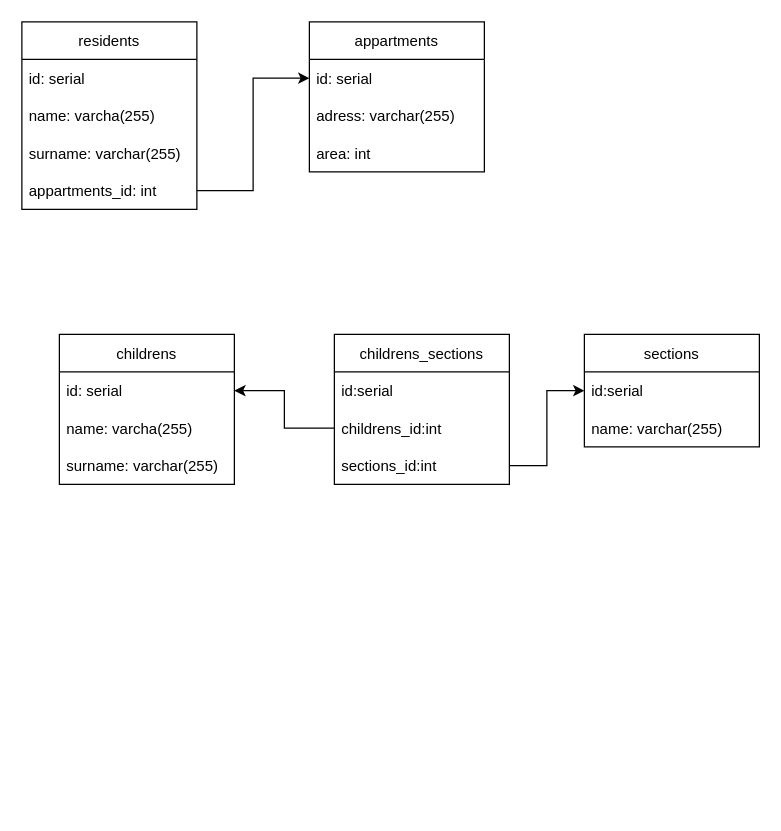
Above: SQL_ref.drawio in Darklight1985/job4j_design (draw.io), before the change. Source tidied: cells renumbered, new cells numbered last; positions are measured from the earlier drawing's top-left corner, leaving out a move shared by most shapes. Both pictures are drawn from the tidied source at 125%, with x=0, y=0 at pixel (21, 21).
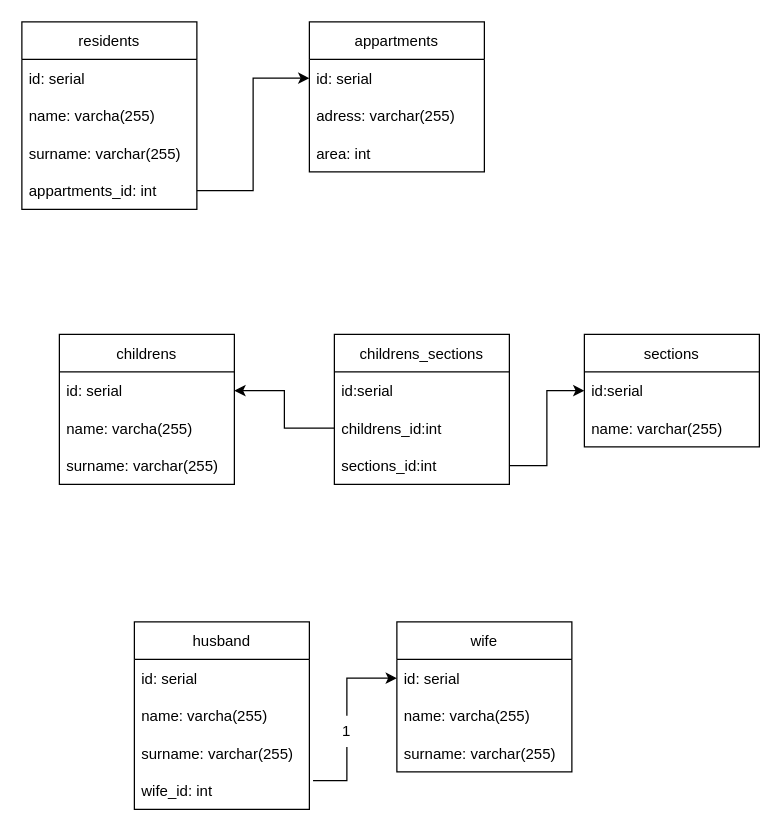
The same page after the edit.

Change to the diagram source:
```diff
@@
+    <mxCell id="25" value="wife" style="swimlane;fontStyle=0;horizontal=1;startSize=30;" parent="1" vertex="1">
+      <mxGeometry x="300" y="480" width="140" height="120" as="geometry" />
+    </mxCell>
+    <mxCell id="26" value="id: serial" style="text;strokeColor=none;fillColor=none;align=left;verticalAlign=middle;spacingLeft=4;spacingRight=4;overflow=hidden;points=[[0,0.5],[1,0.5]];portConstraint=eastwest;" parent="25" vertex="1">
+      <mxGeometry y="30" width="140" height="30" as="geometry" />
+    </mxCell>
+    <mxCell id="27" value="name: varcha(255)" style="text;strokeColor=none;fillColor=none;align=left;verticalAlign=middle;spacingLeft=4;spacingRight=4;overflow=hidden;" parent="25" vertex="1">
+      <mxGeometry y="60" width="140" height="30" as="geometry" />
+    </mxCell>
+    <mxCell id="28" value="surname: varchar(255)" style="text;strokeColor=none;fillColor=none;align=left;verticalAlign=middle;spacingLeft=4;spacingRight=4;overflow=hidden;" parent="25" vertex="1">
+      <mxGeometry y="90" width="140" height="30" as="geometry" />
+    </mxCell>
+    <mxCell id="29" value="husband" style="swimlane;fontStyle=0;horizontal=1;startSize=30;" parent="1" vertex="1">
+      <mxGeometry x="90" y="480" width="140" height="150" as="geometry" />
+    </mxCell>
+    <mxCell id="30" value="id: serial" style="text;strokeColor=none;fillColor=none;align=left;verticalAlign=middle;spacingLeft=4;spacingRight=4;overflow=hidden;" parent="29" vertex="1">
+      <mxGeometry y="30" width="140" height="30" as="geometry" />
+    </mxCell>
+    <mxCell id="31" value="name: varcha(255)" style="text;strokeColor=none;fillColor=none;align=left;verticalAlign=middle;spacingLeft=4;spacingRight=4;overflow=hidden;" parent="29" vertex="1">
+      <mxGeometry y="60" width="140" height="30" as="geometry" />
+    </mxCell>
+    <mxCell id="32" value="surname: varchar(255)" style="text;strokeColor=none;fillColor=none;align=left;verticalAlign=middle;spacingLeft=4;spacingRight=4;overflow=hidden;" parent="29" vertex="1">
+      <mxGeometry y="90" width="140" height="30" as="geometry" />
+    </mxCell>
+    <mxCell id="33" value="wife_id: int" style="text;strokeColor=none;fillColor=none;align=left;verticalAlign=middle;spacingLeft=4;spacingRight=4;overflow=hidden;points=[[0,0.5],[1,0.5]];portConstraint=eastwest;" parent="29" vertex="1">
+      <mxGeometry y="120" width="140" height="30" as="geometry" />
+    </mxCell>
+    <mxCell id="34" style="edgeStyle=elbowEdgeStyle;elbow=horizontal;endArrow=classic;html=1;rounded=0;entryX=0;entryY=0.5;entryDx=0;entryDy=0;startArrow=none;exitX=0.5;exitY=0;exitDx=0;exitDy=0;" parent="1" edge="1" source="35" target="26">
+      <mxGeometry relative="1" as="geometry">
+        <Array as="points">
+          <mxPoint x="260" y="525" />
+        </Array>
+      </mxGeometry>
+    </mxCell>
+    <mxCell id="35" value="1" style="text;html=1;strokeColor=none;fillColor=none;align=center;verticalAlign=middle;whiteSpace=wrap;rounded=0;" parent="1" vertex="1">
+      <mxGeometry x="240" y="555" width="40" height="25" as="geometry" />
+    </mxCell>
+    <mxCell id="36" style="edgeStyle=segmentEdgeStyle;endArrow=none;html=1;rounded=0;exitX=1.021;exitY=0.233;exitDx=0;exitDy=0;exitPerimeter=0;entryX=0.5;entryY=1;entryDx=0;entryDy=0;endFill=0;" parent="1" edge="1" source="33" target="35">
+      <mxGeometry relative="1" as="geometry">
+        <Array as="points">
+          <mxPoint x="260" y="607" />
+        </Array>
+      </mxGeometry>
+    </mxCell>
```
